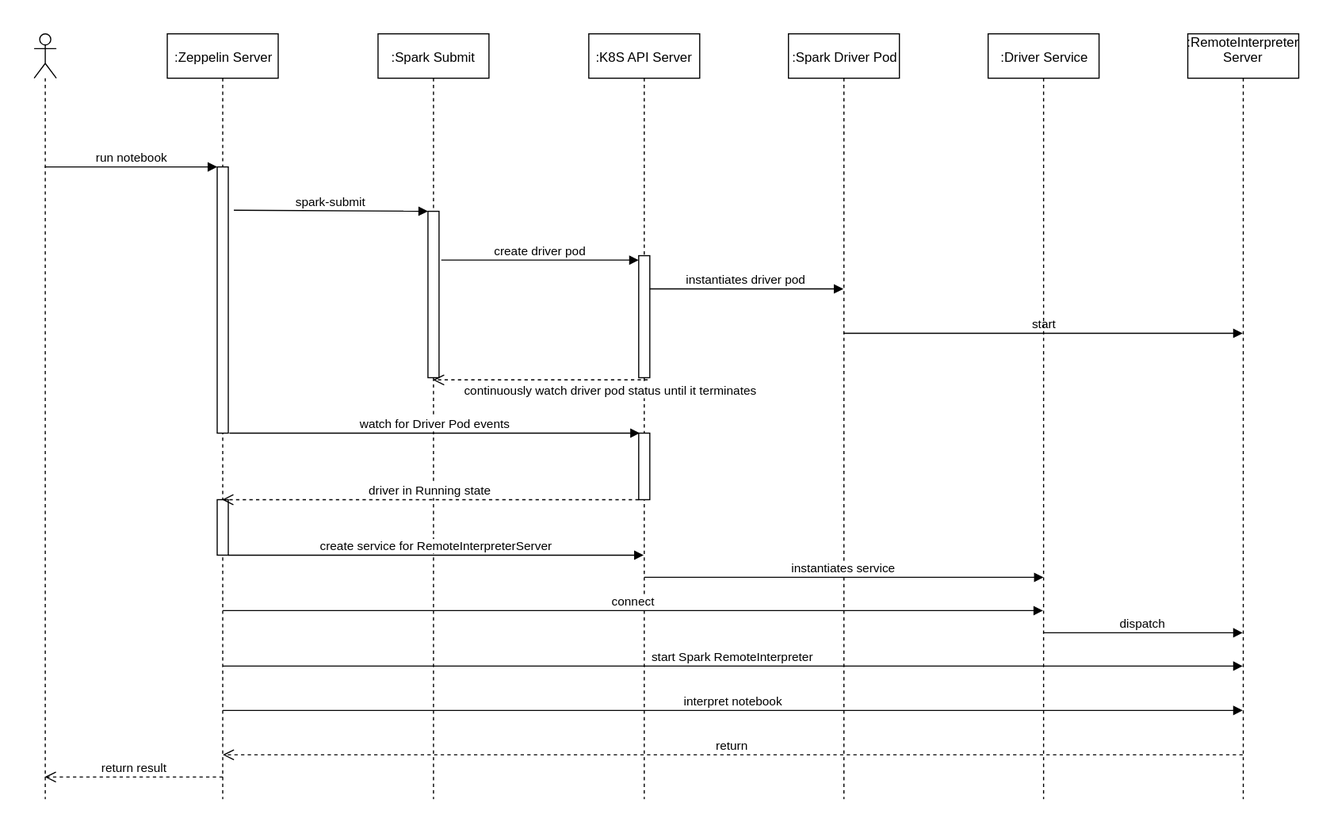
Earlier version of the draw.io export docs/images/zeppelin-spark-k8.svg (banzaicloud/pipeline). Source tidied: cells renumbered, new cells last; positions are measured from the earlier drawing's top-left corner, leaving out a move shared by most shapes. The source it was exported from:
```xml
<mxGraphModel>
  <root>
    <mxCell id="0" />
    <mxCell id="1" parent="0" />
    <mxCell id="2" style="shape=umlLifeline;participant=umlActor;perimeter=lifelinePerimeter;whiteSpace=wrap;html=1;verticalAlign=top;spacingTop=36;labelBackgroundColor=#ffffff;outlineConnect=0;" parent="1" vertex="1">
      <mxGeometry width="20" height="690" as="geometry" />
    </mxCell>
    <mxCell id="3" value=":Zeppelin Server" style="shape=umlLifeline;perimeter=lifelinePerimeter;whiteSpace=wrap;html=1;outlineConnect=0;" parent="1" vertex="1">
      <mxGeometry x="120" width="100" height="690" as="geometry" />
    </mxCell>
    <mxCell id="4" style="html=1;points=[];perimeter=orthogonalPerimeter;" parent="3" vertex="1">
      <mxGeometry x="45" y="120" width="10" height="240" as="geometry" />
    </mxCell>
    <mxCell id="5" style="html=1;perimeter=orthogonalPerimeter;" parent="3" vertex="1">
      <mxGeometry x="45" y="420" width="10" height="50" as="geometry" />
    </mxCell>
    <mxCell id="6" value="run notebook" style="html=1;verticalAlign=bottom;endArrow=block;entryX=0;entryY=0;" parent="1" edge="1" source="2" target="4">
      <mxGeometry relative="1" as="geometry" />
    </mxCell>
    <mxCell id="7" value=":Spark Submit" style="shape=umlLifeline;perimeter=lifelinePerimeter;whiteSpace=wrap;html=1;outlineConnect=0;" parent="1" vertex="1">
      <mxGeometry x="310" width="100" height="690" as="geometry" />
    </mxCell>
    <mxCell id="8" style="html=1;points=[];perimeter=orthogonalPerimeter;" parent="7" vertex="1">
      <mxGeometry x="45" y="160" width="10" height="150" as="geometry" />
    </mxCell>
    <mxCell id="9" value="spark-submit" style="html=1;verticalAlign=bottom;startArrow=none;startFill=0;endArrow=block;startSize=8;entryX=0;entryY=-0.002;entryPerimeter=0;" parent="1" edge="1" target="8">
      <mxGeometry relative="1" as="geometry">
        <mxPoint x="180" y="159" as="sourcePoint" />
      </mxGeometry>
    </mxCell>
    <mxCell id="10" value=":K8S API Server" style="shape=umlLifeline;perimeter=lifelinePerimeter;whiteSpace=wrap;html=1;outlineConnect=0;" parent="1" vertex="1">
      <mxGeometry x="500" width="100" height="690" as="geometry" />
    </mxCell>
    <mxCell id="11" style="html=1;points=[];perimeter=orthogonalPerimeter;" parent="10" vertex="1">
      <mxGeometry x="45" y="200" width="10" height="110" as="geometry" />
    </mxCell>
    <mxCell id="12" value="create driver pod" style="html=1;verticalAlign=bottom;startArrow=none;endArrow=block;startSize=8;rounded=1;startFill=0;entryX=0;entryY=0.036;entryPerimeter=0;" parent="1" edge="1" target="11">
      <mxGeometry relative="1" as="geometry">
        <mxPoint x="367" y="204" as="sourcePoint" />
      </mxGeometry>
    </mxCell>
    <mxCell id="13" value="continuously watch driver pod status until it terminates" style="html=1;verticalAlign=bottom;endArrow=open;dashed=1;endSize=8;exitX=0.8;exitY=1.018;exitPerimeter=0;" parent="1" edge="1" source="11" target="7">
      <mxGeometry x="-0.66" y="18" relative="1" as="geometry" />
    </mxCell>
    <mxCell id="14" value="instantiates driver pod" style="html=1;verticalAlign=bottom;startArrow=none;startFill=0;endArrow=block;startSize=8;" parent="1" edge="1" target="20">
      <mxGeometry relative="1" as="geometry">
        <mxPoint x="555" y="230" as="sourcePoint" />
      </mxGeometry>
    </mxCell>
    <mxCell id="15" value="watch for Driver Pod events" style="html=1;verticalAlign=bottom;endArrow=block;entryX=0.1;entryY=0.006;entryPerimeter=0;exitX=1.1;exitY=1;exitPerimeter=0;" parent="1" edge="1" source="4" target="16">
      <mxGeometry relative="1" as="geometry" />
    </mxCell>
    <mxCell id="16" style="html=1;points=[];perimeter=orthogonalPerimeter;" parent="1" vertex="1">
      <mxGeometry x="545" y="360" width="10" height="60" as="geometry" />
    </mxCell>
    <mxCell id="17" value="driver in Running state" style="html=1;verticalAlign=bottom;endArrow=open;dashed=1;endSize=8;" parent="1" edge="1" target="3">
      <mxGeometry relative="1" as="geometry">
        <mxPoint x="545" y="420" as="sourcePoint" />
      </mxGeometry>
    </mxCell>
    <mxCell id="18" value="create service for RemoteInterpreterServer" style="html=1;verticalAlign=bottom;endArrow=block;" parent="1" edge="1" target="10">
      <mxGeometry relative="1" as="geometry">
        <mxPoint x="175" y="470" as="sourcePoint" />
      </mxGeometry>
    </mxCell>
    <mxCell id="19" value=":RemoteInterpreter Server&lt;div&gt;&lt;br&gt;&lt;/div&gt;" style="shape=umlLifeline;perimeter=lifelinePerimeter;whiteSpace=wrap;html=1;outlineConnect=0;" parent="1" vertex="1">
      <mxGeometry x="1040" width="100" height="690" as="geometry" />
    </mxCell>
    <mxCell id="20" value=":Spark Driver Pod" style="shape=umlLifeline;perimeter=lifelinePerimeter;whiteSpace=wrap;html=1;outlineConnect=0;" parent="1" vertex="1">
      <mxGeometry x="680" width="100" height="690" as="geometry" />
    </mxCell>
    <mxCell id="21" value="start" style="html=1;verticalAlign=bottom;endArrow=block;" parent="1" edge="1" target="19">
      <mxGeometry relative="1" as="geometry">
        <mxPoint x="730" y="270" as="sourcePoint" />
      </mxGeometry>
    </mxCell>
    <mxCell id="22" value="start Spark RemoteInterpreter" style="html=1;verticalAlign=bottom;endArrow=block;" parent="1" edge="1" target="19">
      <mxGeometry relative="1" as="geometry">
        <mxPoint x="170" y="570" as="sourcePoint" />
        <Array as="points">
          <mxPoint x="480" y="570" />
        </Array>
      </mxGeometry>
    </mxCell>
    <mxCell id="23" value="return" style="html=1;verticalAlign=bottom;endArrow=open;dashed=1;endSize=8;" parent="1" edge="1" source="19">
      <mxGeometry relative="1" as="geometry">
        <mxPoint x="170" y="650" as="targetPoint" />
      </mxGeometry>
    </mxCell>
    <mxCell id="24" value="interpret notebook" style="html=1;verticalAlign=bottom;endArrow=block;" parent="1" edge="1" target="19">
      <mxGeometry relative="1" as="geometry">
        <mxPoint x="170" y="610" as="sourcePoint" />
      </mxGeometry>
    </mxCell>
    <mxCell id="25" value="return result" style="html=1;verticalAlign=bottom;endArrow=open;dashed=1;endSize=8;" parent="1" edge="1" target="2">
      <mxGeometry relative="1" as="geometry">
        <mxPoint x="170" y="670" as="sourcePoint" />
      </mxGeometry>
    </mxCell>
    <mxCell id="26" value=":&lt;span&gt;Driver Service&lt;/span&gt;" style="shape=umlLifeline;perimeter=lifelinePerimeter;whiteSpace=wrap;html=1;outlineConnect=0;" parent="1" vertex="1">
      <mxGeometry x="860" width="100" height="690" as="geometry" />
    </mxCell>
    <mxCell id="27" value="instantiates service" style="html=1;verticalAlign=bottom;endArrow=block;entryX=0.5;entryY=0.71;entryPerimeter=0;" parent="1" edge="1" target="26">
      <mxGeometry relative="1" as="geometry">
        <mxPoint x="550" y="490" as="sourcePoint" />
      </mxGeometry>
    </mxCell>
    <mxCell id="28" value="&lt;div&gt;connect&lt;/div&gt;" style="html=1;verticalAlign=bottom;endArrow=block;" parent="1" edge="1" target="26">
      <mxGeometry relative="1" as="geometry">
        <mxPoint x="170" y="520" as="sourcePoint" />
      </mxGeometry>
    </mxCell>
    <mxCell id="29" value="dispatch" style="html=1;verticalAlign=bottom;endArrow=block;" parent="1" edge="1" source="26" target="19">
      <mxGeometry relative="1" as="geometry">
        <Array as="points">
          <mxPoint x="950" y="540" />
        </Array>
      </mxGeometry>
    </mxCell>
  </root>
</mxGraphModel>
```
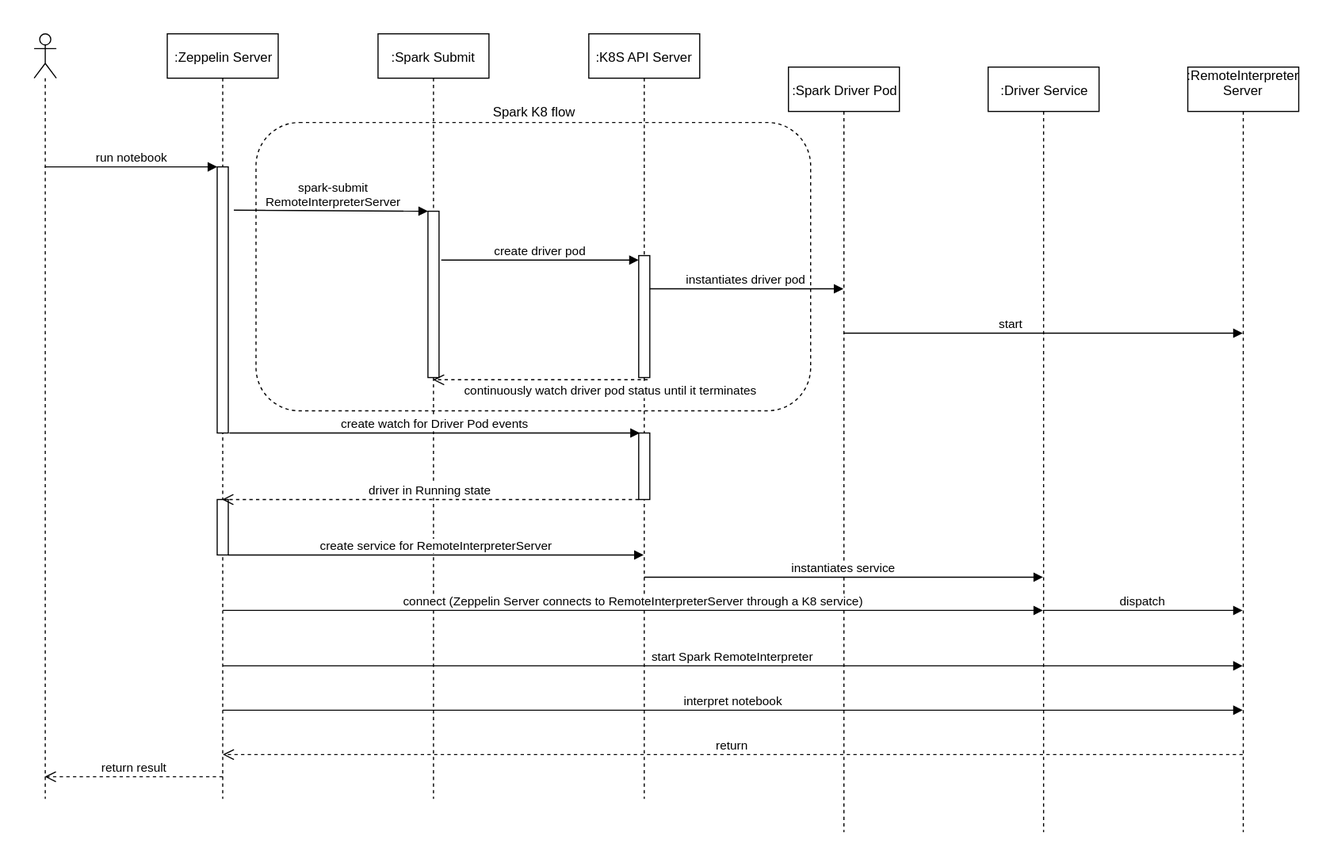
The same file after the commit.

Commit message:
some minor changes to zeppelin spark k8 flow

The edit, as a diff of the source:
```diff
@@ -23,8 +23,8 @@
     <mxCell id="8" style="html=1;points=[];perimeter=orthogonalPerimeter;" parent="7" vertex="1">
       <mxGeometry x="45" y="160" width="10" height="150" as="geometry" />
     </mxCell>
-    <mxCell id="9" value="spark-submit" style="html=1;verticalAlign=bottom;startArrow=none;startFill=0;endArrow=block;startSize=8;entryX=0;entryY=-0.002;entryPerimeter=0;" parent="1" edge="1" target="8">
-      <mxGeometry relative="1" as="geometry">
+    <mxCell id="9" value="spark-submit&lt;div&gt;RemoteInterpreterServer&lt;/div&gt;" style="html=1;verticalAlign=bottom;startArrow=none;startFill=0;endArrow=block;startSize=8;entryX=0;entryY=-0.002;entryPerimeter=0;" parent="1" edge="1" target="8">
+      <mxGeometry x="0.03" relative="1" as="geometry">
         <mxPoint x="180" y="159" as="sourcePoint" />
       </mxGeometry>
     </mxCell>
@@ -37,6 +37,9 @@
     <mxCell id="12" value="create driver pod" style="html=1;verticalAlign=bottom;startArrow=none;endArrow=block;startSize=8;rounded=1;startFill=0;entryX=0;entryY=0.036;entryPerimeter=0;" parent="1" edge="1" target="11">
       <mxGeometry relative="1" as="geometry">
         <mxPoint x="367" y="204" as="sourcePoint" />
+        <Array as="points">
+          <mxPoint x="460" y="204" />
+        </Array>
       </mxGeometry>
     </mxCell>
     <mxCell id="13" value="continuously watch driver pod status until it terminates" style="html=1;verticalAlign=bottom;endArrow=open;dashed=1;endSize=8;exitX=0.8;exitY=1.018;exitPerimeter=0;" parent="1" edge="1" source="11" target="7">
@@ -47,7 +50,7 @@
         <mxPoint x="555" y="230" as="sourcePoint" />
       </mxGeometry>
     </mxCell>
-    <mxCell id="15" value="watch for Driver Pod events" style="html=1;verticalAlign=bottom;endArrow=block;entryX=0.1;entryY=0.006;entryPerimeter=0;exitX=1.1;exitY=1;exitPerimeter=0;" parent="1" edge="1" source="4" target="16">
+    <mxCell id="15" value="create watch for Driver Pod events" style="html=1;verticalAlign=bottom;endArrow=block;entryX=0.1;entryY=0.006;entryPerimeter=0;exitX=1.1;exitY=1;exitPerimeter=0;" parent="1" edge="1" source="4" target="16">
       <mxGeometry relative="1" as="geometry" />
     </mxCell>
     <mxCell id="16" style="html=1;points=[];perimeter=orthogonalPerimeter;" parent="1" vertex="1">
@@ -64,13 +67,13 @@
       </mxGeometry>
     </mxCell>
     <mxCell id="19" value=":RemoteInterpreter Server&lt;div&gt;&lt;br&gt;&lt;/div&gt;" style="shape=umlLifeline;perimeter=lifelinePerimeter;whiteSpace=wrap;html=1;outlineConnect=0;" parent="1" vertex="1">
-      <mxGeometry x="1040" width="100" height="690" as="geometry" />
+      <mxGeometry x="1040" y="30" width="100" height="690" as="geometry" />
     </mxCell>
     <mxCell id="20" value=":Spark Driver Pod" style="shape=umlLifeline;perimeter=lifelinePerimeter;whiteSpace=wrap;html=1;outlineConnect=0;" parent="1" vertex="1">
-      <mxGeometry x="680" width="100" height="690" as="geometry" />
+      <mxGeometry x="680" y="30" width="100" height="690" as="geometry" />
     </mxCell>
     <mxCell id="21" value="start" style="html=1;verticalAlign=bottom;endArrow=block;" parent="1" edge="1" target="19">
-      <mxGeometry relative="1" as="geometry">
+      <mxGeometry x="-0.17" relative="1" as="geometry">
         <mxPoint x="730" y="270" as="sourcePoint" />
       </mxGeometry>
     </mxCell>
@@ -98,14 +101,14 @@
       </mxGeometry>
     </mxCell>
     <mxCell id="26" value=":&lt;span&gt;Driver Service&lt;/span&gt;" style="shape=umlLifeline;perimeter=lifelinePerimeter;whiteSpace=wrap;html=1;outlineConnect=0;" parent="1" vertex="1">
-      <mxGeometry x="860" width="100" height="690" as="geometry" />
+      <mxGeometry x="860" y="30" width="100" height="690" as="geometry" />
     </mxCell>
-    <mxCell id="27" value="instantiates service" style="html=1;verticalAlign=bottom;endArrow=block;entryX=0.5;entryY=0.71;entryPerimeter=0;" parent="1" edge="1" target="26">
+    <mxCell id="27" value="instantiates service" style="html=1;verticalAlign=bottom;endArrow=block;" parent="1" edge="1" target="26">
       <mxGeometry relative="1" as="geometry">
         <mxPoint x="550" y="490" as="sourcePoint" />
       </mxGeometry>
     </mxCell>
-    <mxCell id="28" value="&lt;div&gt;connect&lt;/div&gt;" style="html=1;verticalAlign=bottom;endArrow=block;" parent="1" edge="1" target="26">
+    <mxCell id="28" value="&lt;div&gt;connect (Zeppelin Server connects to RemoteInterpreterServer through a K8 service)&lt;/div&gt;" style="html=1;verticalAlign=bottom;endArrow=block;" parent="1" edge="1" target="26">
       <mxGeometry relative="1" as="geometry">
         <mxPoint x="170" y="520" as="sourcePoint" />
       </mxGeometry>
@@ -113,9 +116,16 @@
     <mxCell id="29" value="dispatch" style="html=1;verticalAlign=bottom;endArrow=block;" parent="1" edge="1" source="26" target="19">
       <mxGeometry relative="1" as="geometry">
         <Array as="points">
-          <mxPoint x="950" y="540" />
+          <mxPoint x="950" y="520" />
+          <mxPoint x="1050" y="520" />
         </Array>
       </mxGeometry>
     </mxCell>
+    <mxCell id="30" style="rounded=1;whiteSpace=wrap;html=1;dashed=1;fillColor=none;shadow=0;glass=0;" parent="1" vertex="1">
+      <mxGeometry x="200" y="80" width="500" height="260" as="geometry" />
+    </mxCell>
+    <mxCell id="31" value="Spark K8&lt;span&gt;&amp;nbsp;flow&lt;/span&gt;" style="text;html=1;strokeColor=none;fillColor=none;align=center;verticalAlign=middle;whiteSpace=wrap;rounded=0;shadow=0;glass=0;dashed=1;" parent="1" vertex="1">
+      <mxGeometry x="390" y="45" width="120" height="50" as="geometry" />
+    </mxCell>
   </root>
 </mxGraphModel>
```
